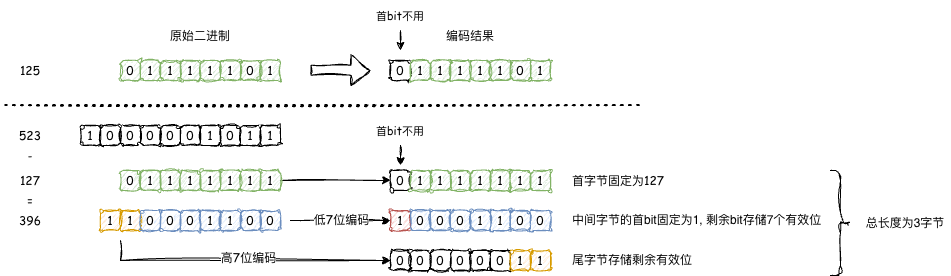
Before: source/_posts/HTTP2HPACK/int_encode.png, a diagram exported from draw.io (theo1893/theo1893.github.io). Source tidied: cells renumbered, new cells last; positions are measured from the earlier drawing's top-left corner, leaving out a move shared by most shapes.
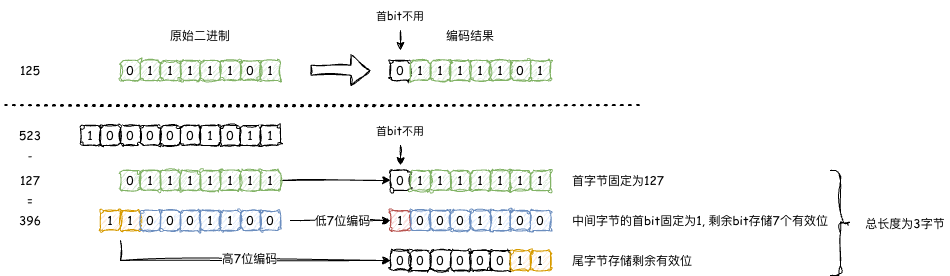
The same file after the commit.

Change to the diagram source:
```diff
@@ -264,16 +264,16 @@
     <mxCell id="84" value="首字节固定为127" style="text;html=1;whiteSpace=wrap;strokeColor=none;fillColor=none;align=left;verticalAlign=middle;rounded=0;fontFamily=Comic Sans MS;fontSize=12;fontColor=default;labelBackgroundColor=default;" parent="1" vertex="1">
       <mxGeometry x="570" y="165" width="110" height="30" as="geometry" />
     </mxCell>
-    <mxCell id="85" value="中间字节的首bit固定为1, 剩余bit存储7个有效位" style="text;html=1;whiteSpace=wrap;strokeColor=none;fillColor=none;align=left;verticalAlign=middle;rounded=0;fontFamily=Helvetica;fontSize=12;fontColor=default;labelBackgroundColor=default;" parent="1" vertex="1">
+    <mxCell id="85" value="中间字节的首bit固定为1, 剩余bit存储7个有效位" style="text;html=1;whiteSpace=wrap;strokeColor=none;fillColor=none;align=left;verticalAlign=middle;rounded=0;fontFamily=Comic Sans MS;fontSize=12;fontColor=default;labelBackgroundColor=default;" parent="1" vertex="1">
       <mxGeometry x="570" y="205" width="280" height="30" as="geometry" />
     </mxCell>
-    <mxCell id="86" value="尾字节存储剩余有效位" style="text;html=1;whiteSpace=wrap;strokeColor=none;fillColor=none;align=left;verticalAlign=middle;rounded=0;fontFamily=Helvetica;fontSize=12;fontColor=default;labelBackgroundColor=default;" parent="1" vertex="1">
+    <mxCell id="86" value="尾字节存储剩余有效位" style="text;html=1;whiteSpace=wrap;strokeColor=none;fillColor=none;align=left;verticalAlign=middle;rounded=0;fontFamily=Comic Sans MS;fontSize=12;fontColor=default;labelBackgroundColor=default;" parent="1" vertex="1">
       <mxGeometry x="570" y="245" width="180" height="30" as="geometry" />
     </mxCell>
-    <mxCell id="87" style="shape=curlyBracket;whiteSpace=wrap;html=1;rounded=1;flipH=1;labelPosition=right;verticalLabelPosition=middle;align=left;verticalAlign=middle;sketch=1;curveFitting=1;jiggle=2;" parent="1" vertex="1">
+    <mxCell id="87" style="shape=curlyBracket;whiteSpace=wrap;html=1;rounded=1;flipH=1;labelPosition=right;verticalLabelPosition=middle;align=left;verticalAlign=middle;sketch=1;curveFitting=1;jiggle=2;fontFamily=Comic Sans MS;" parent="1" vertex="1">
       <mxGeometry x="830" y="170" width="20" height="105" as="geometry" />
     </mxCell>
-    <mxCell id="88" value="总长度为3字节" style="text;html=1;whiteSpace=wrap;strokeColor=none;fillColor=none;align=center;verticalAlign=middle;rounded=0;sketch=1;curveFitting=1;jiggle=2;" parent="1" vertex="1">
+    <mxCell id="88" value="总长度为3字节" style="text;html=1;whiteSpace=wrap;strokeColor=none;fillColor=none;align=center;verticalAlign=middle;rounded=0;sketch=1;curveFitting=1;jiggle=2;fontFamily=Comic Sans MS;" parent="1" vertex="1">
       <mxGeometry x="860" y="207.5" width="90" height="30" as="geometry" />
     </mxCell>
     <mxCell id="89" style="endArrow=classic;html=1;rounded=0;sketch=1;jiggle=2;curveFitting=1;strokeColor=default;align=center;verticalAlign=middle;fontFamily=Comic Sans MS;fontSize=11;fontColor=default;labelBackgroundColor=default;edgeStyle=orthogonalEdgeStyle;" parent="1" edge="1">
```
